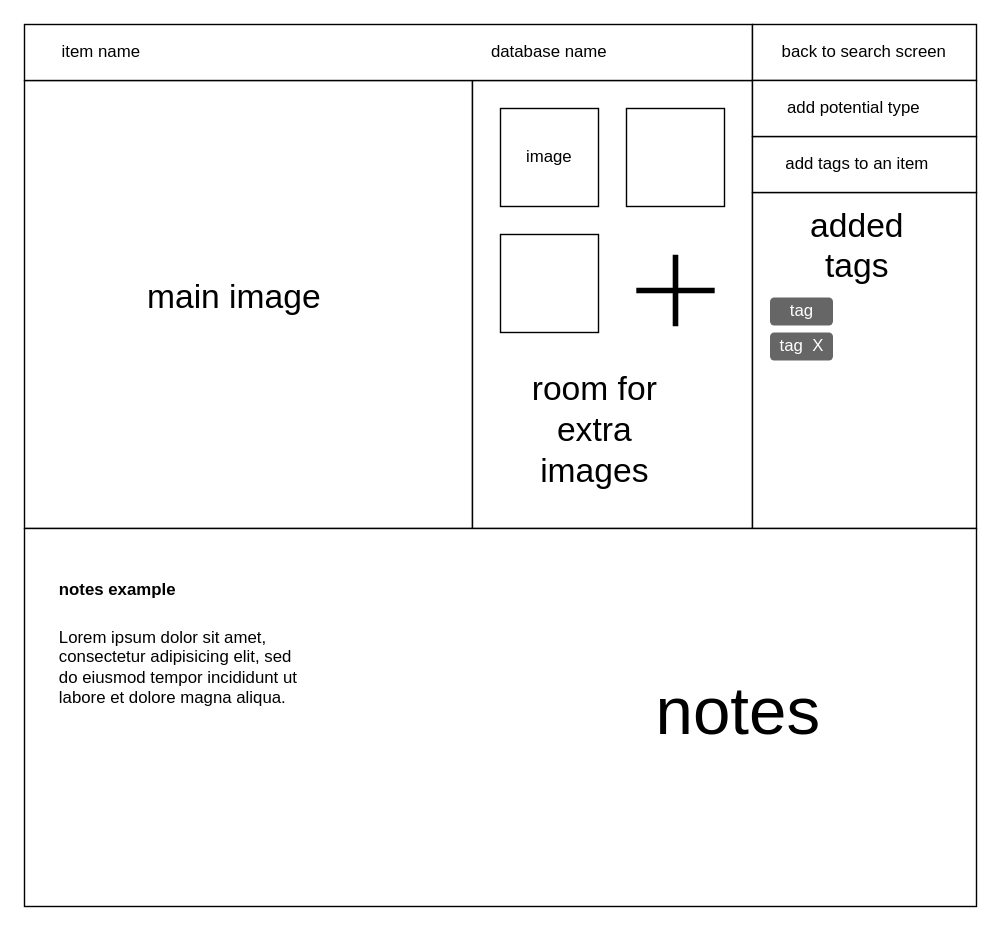
The draw.io diagram item page.drawio in domzerchi/csci-1082-final, before the edit. Source tidied: cells renumbered, new cells numbered last; positions are measured from the earlier drawing's top-left corner, leaving out a move shared by most shapes. Both pictures are drawn from the tidied source at 140%, with x=0, y=0 at pixel (24, 24).
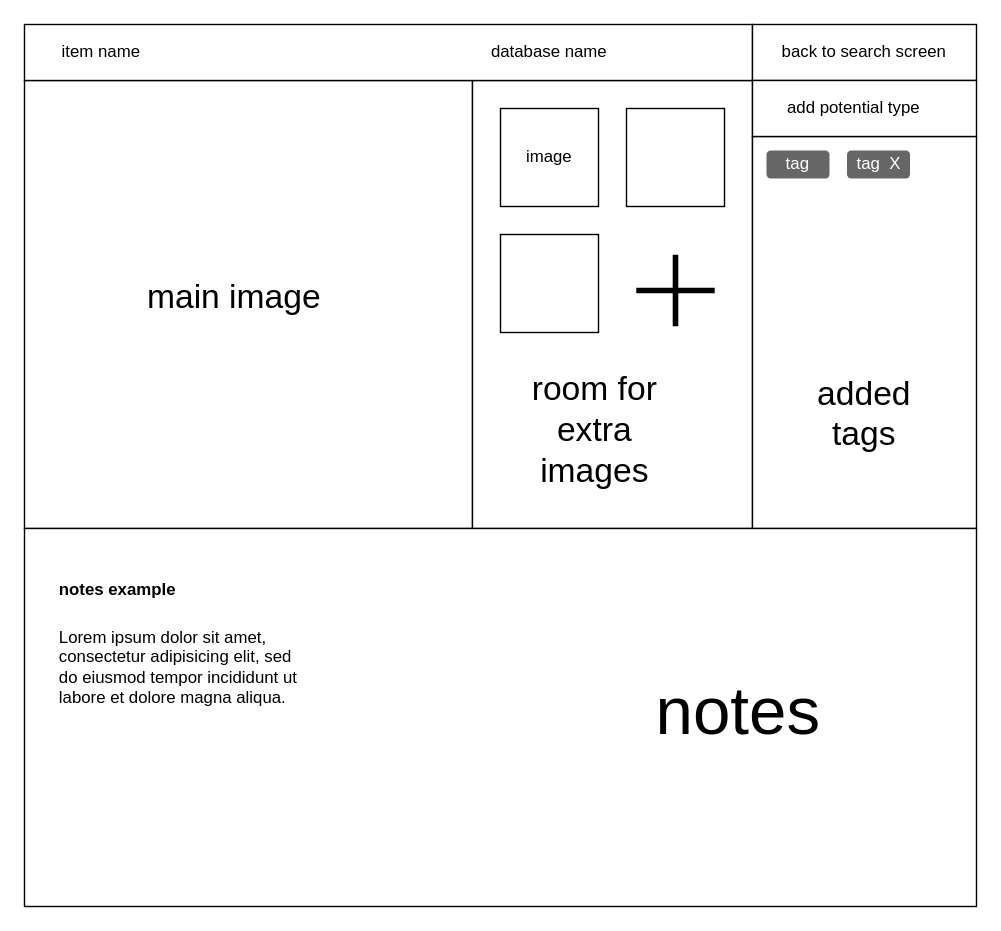
The same diagram, later.

Change to the diagram source:
```diff
@@
     <mxCell id="5" style="rounded=0;whiteSpace=wrap;html=1;" parent="1" vertex="1">
-      <mxGeometry x="520" y="120" width="160" height="240" as="geometry" />
+      <mxGeometry x="520" y="80" width="160" height="280" as="geometry" />
     </mxCell>
@@
     <mxCell id="13" value="&lt;font style=&quot;font-size: 24px&quot;&gt;added tags&lt;/font&gt;" style="text;html=1;strokeColor=none;fillColor=none;align=center;verticalAlign=middle;whiteSpace=wrap;rounded=0;" parent="1" vertex="1">
-      <mxGeometry x="555" y="130" width="80" height="55" as="geometry" />
+      <mxGeometry x="560" y="250" width="80" height="55" as="geometry" />
     </mxCell>
@@
-    <mxCell id="18" style="rounded=0;whiteSpace=wrap;html=1;" parent="1" vertex="1">
-      <mxGeometry x="520" y="80" width="160" height="40" as="geometry" />
-    </mxCell>
@@
-    <mxCell id="20" value="add tags to an item" style="text;html=1;strokeColor=none;fillColor=none;align=center;verticalAlign=middle;whiteSpace=wrap;rounded=0;" parent="1" vertex="1">
-      <mxGeometry x="530" y="90" width="130" height="20" as="geometry" />
-    </mxCell>
@@
     <mxCell id="25" value="tag" style="rounded=1;whiteSpace=wrap;html=1;fillColor=#666666;strokeColor=none;fontColor=#FFFFFF;" parent="1" vertex="1">
-      <mxGeometry x="532.5" y="195" width="45" height="20" as="geometry" />
+      <mxGeometry x="530" y="90" width="45" height="20" as="geometry" />
     </mxCell>
     <mxCell id="26" value="tag&amp;nbsp; X" style="rounded=1;whiteSpace=wrap;html=1;fillColor=#666666;strokeColor=none;fontColor=#FFFFFF;" parent="1" vertex="1">
-      <mxGeometry x="532.5" y="220" width="45" height="20" as="geometry" />
+      <mxGeometry x="587.5" y="90" width="45" height="20" as="geometry" />
     </mxCell>
```
